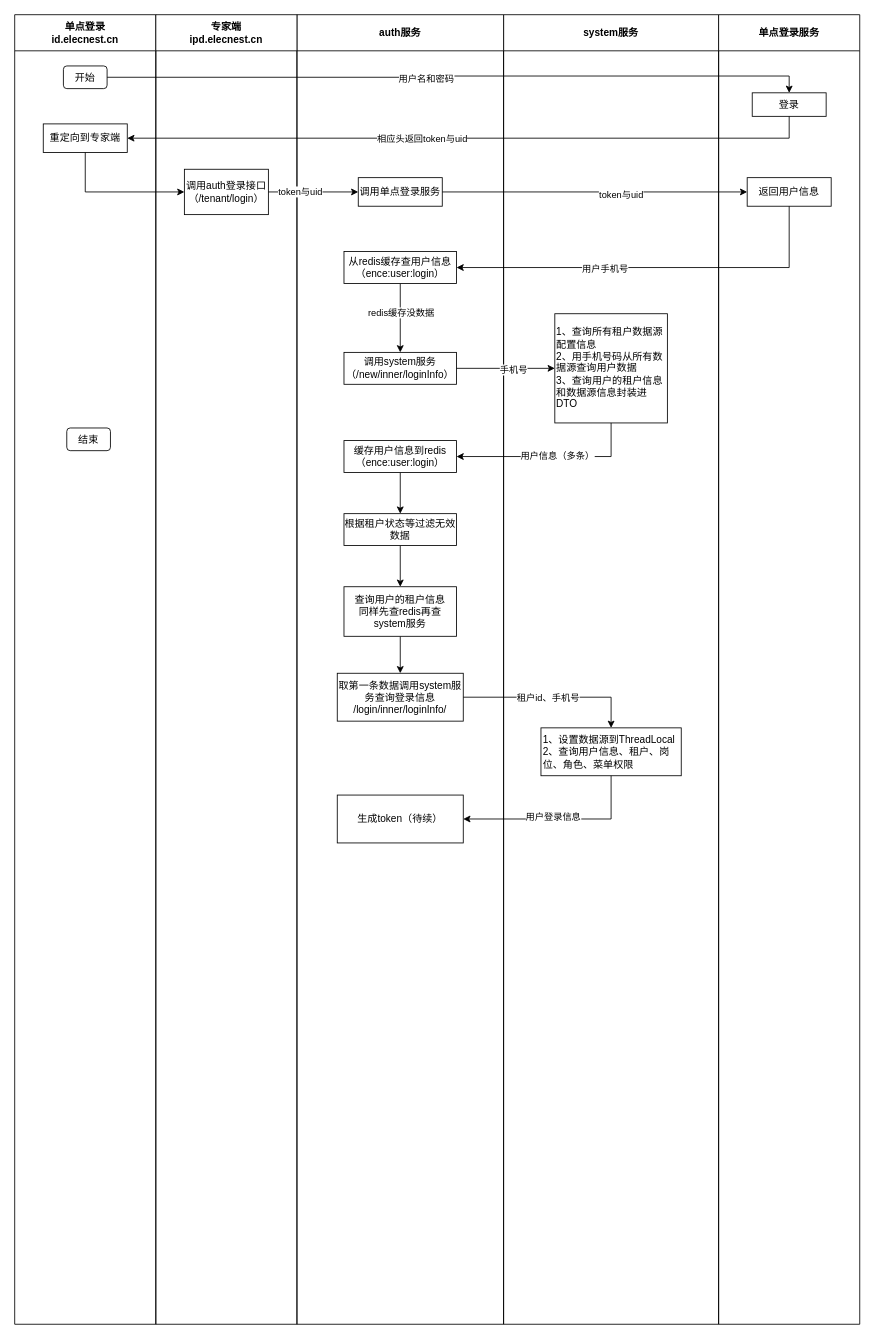
Before: ence/UserLogin.drawio in MuggleStar/draw_io, a draw.io diagram. Source tidied: cells renumbered, new cells numbered last; positions are measured from the earlier drawing's top-left corner, leaving out a move shared by most shapes. Both pictures are drawn from the tidied source at 84%, with x=0, y=0 at pixel (14, 14).
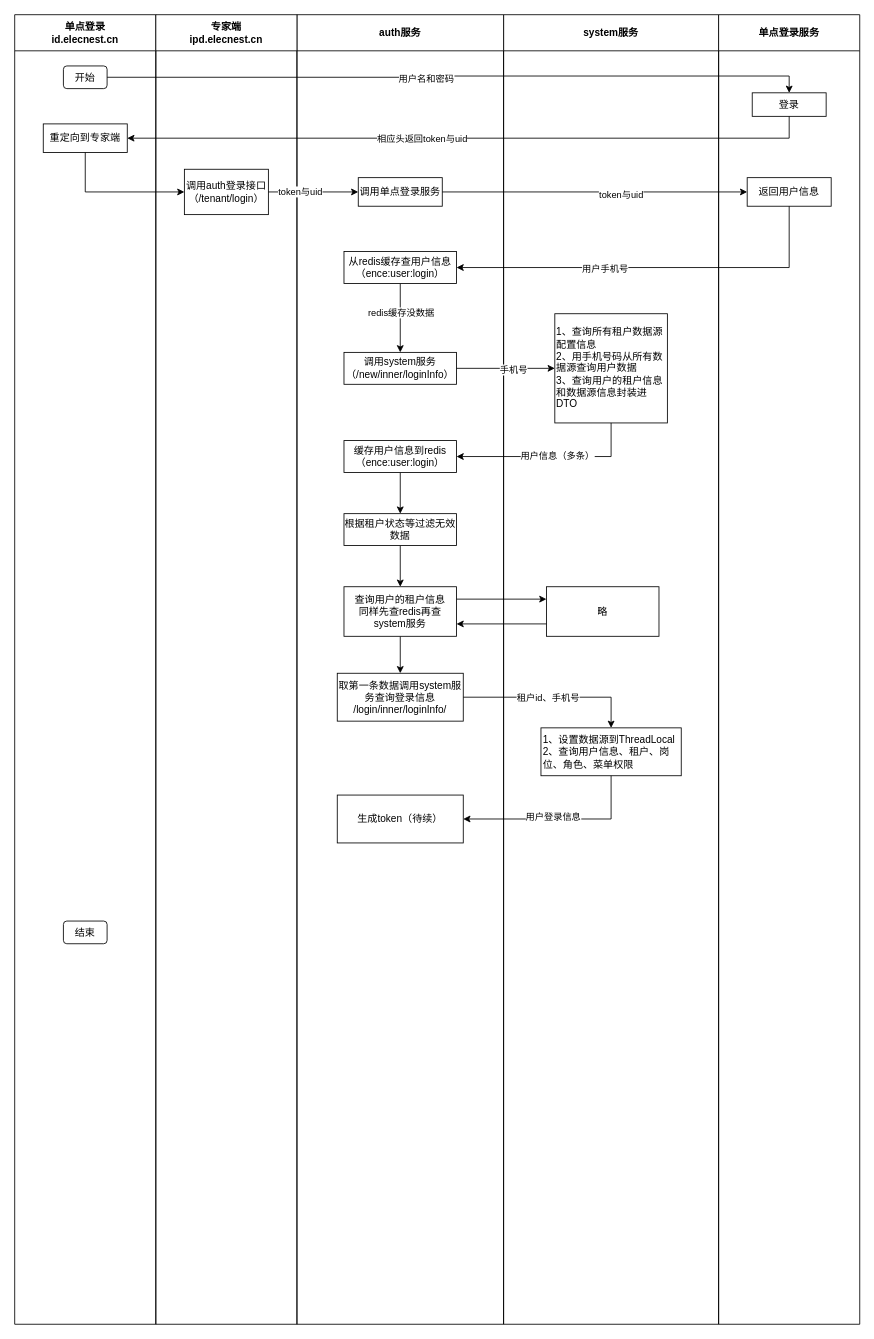
The same diagram, later.

Unchanged cells that the change refers to:
```xml
<mxCell id="2" value="单点登录&lt;br&gt;id.elecnest.cn" style="swimlane;whiteSpace=wrap;html=1;startSize=43;" parent="1" vertex="1">
  <mxGeometry width="168" height="1559" as="geometry" />
</mxCell>
<mxCell id="6" value="system服务" style="swimlane;whiteSpace=wrap;html=1;startSize=43;" parent="1" vertex="1">
  <mxGeometry x="582" width="256" height="1559" as="geometry" />
</mxCell>
<mxCell id="20" value="查询用户的租户信息&lt;br&gt;同样先查redis再查system服务" style="rounded=0;whiteSpace=wrap;html=1;" parent="9" vertex="1">
  <mxGeometry x="56" y="681" width="134" height="59" as="geometry" />
</mxCell>
```

What changed in the source:
```diff
@@
     <mxCell id="4" value="结束" style="rounded=1;whiteSpace=wrap;html=1;" parent="2" vertex="1">
-      <mxGeometry x="62" y="492" width="52" height="27" as="geometry" />
+      <mxGeometry x="58" y="1079" width="52" height="27" as="geometry" />
     </mxCell>
@@
+    <mxCell id="47" value="略" style="rounded=0;whiteSpace=wrap;html=1;" parent="6" vertex="1">
+      <mxGeometry x="51" y="681" width="134" height="59" as="geometry" />
+    </mxCell>
@@
+    <mxCell id="48" style="edgeStyle=orthogonalEdgeStyle;rounded=0;jettySize=auto;html=1;exitX=1;exitY=0.25;exitDx=0;exitDy=0;entryX=0;entryY=0.25;entryDx=0;entryDy=0;" parent="1" edge="1" source="20" target="47">
+      <mxGeometry relative="1" as="geometry" />
+    </mxCell>
+    <mxCell id="49" style="edgeStyle=orthogonalEdgeStyle;rounded=0;jettySize=auto;html=1;exitX=0;exitY=0.75;exitDx=0;exitDy=0;entryX=1;entryY=0.75;entryDx=0;entryDy=0;" parent="1" edge="1" source="47" target="20">
+      <mxGeometry relative="1" as="geometry" />
+    </mxCell>
```
